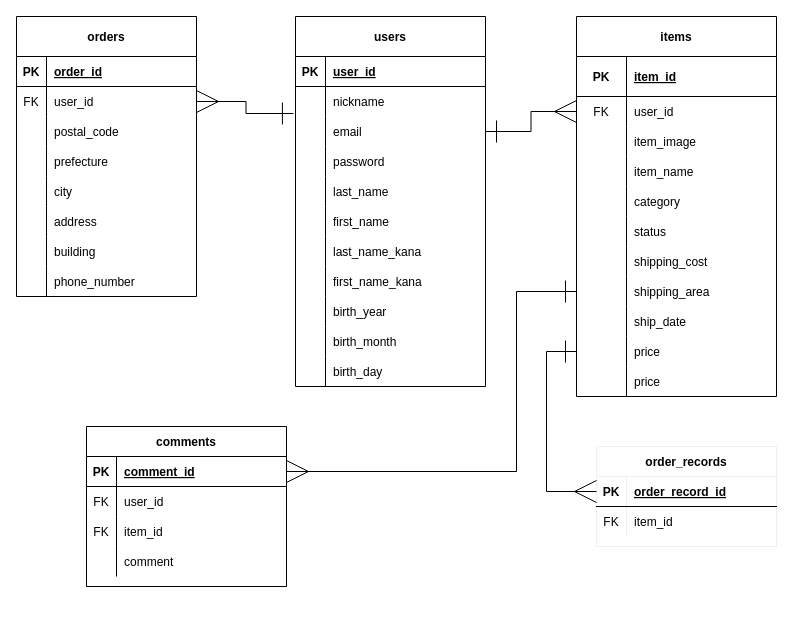
The draw.io diagram page "ER図" (2 of 2) of furima-35013.dio in LIFE-enjoy/furima-35013, before the edit. Source tidied: cells renumbered, new cells numbered last; positions are measured from the earlier drawing's top-left corner, leaving out a move shared by most shapes. Both pictures are drawn from the tidied source at 100%, with x=0, y=0 at pixel (16, 16).
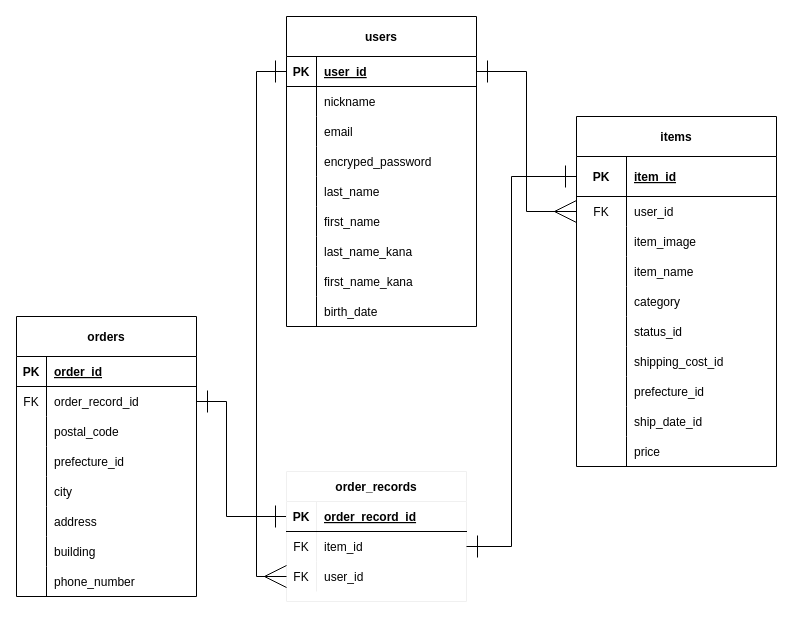
The same diagram, later.

The change refers to these unchanged cells:
```xml
<mxCell id="3" style="shape=partialRectangle;fillColor=none;top=0;left=0;bottom=1;right=0;points=[[0,0.5],[1,0.5]];portConstraint=eastwest;" parent="2" vertex="1">
  <mxGeometry y="40" width="190" height="30" as="geometry" />
</mxCell>
<mxCell id="6" style="shape=partialRectangle;fillColor=none;top=0;left=0;bottom=0;right=0;points=[[0,0.5],[1,0.5]];portConstraint=eastwest;" parent="2" vertex="1">
  <mxGeometry y="70" width="190" height="30" as="geometry" />
</mxCell>
<mxCell id="9" style="shape=partialRectangle;fillColor=none;top=0;left=0;bottom=0;right=0;points=[[0,0.5],[1,0.5]];portConstraint=eastwest;" parent="2" vertex="1">
  <mxGeometry y="100" width="190" height="30" as="geometry" />
</mxCell>
<mxCell id="12" style="shape=partialRectangle;fillColor=none;top=0;left=0;bottom=0;right=0;" parent="2" vertex="1">
  <mxGeometry y="130" width="190" height="30" as="geometry" />
</mxCell>
<mxCell id="27" style="shape=partialRectangle;fillColor=none;top=0;left=0;bottom=0;right=0;" parent="2" vertex="1">
  <mxGeometry y="280" width="190" height="30" as="geometry" />
</mxCell>
<mxCell id="37" style="shape=partialRectangle;fillColor=none;top=0;left=0;bottom=1;right=0;points=[[0,0.5],[1,0.5]];portConstraint=eastwest;" parent="36" vertex="1">
  <mxGeometry y="40" width="200" height="40" as="geometry" />
</mxCell>
<mxCell id="40" style="shape=partialRectangle;fillColor=none;top=0;left=0;bottom=0;right=0;points=[[0,0.5],[1,0.5]];portConstraint=eastwest;" parent="36" vertex="1">
  <mxGeometry y="80" width="200" height="30" as="geometry" />
</mxCell>
<mxCell id="52" style="shape=partialRectangle;fillColor=none;top=0;left=0;bottom=0;right=0;" parent="36" vertex="1">
  <mxGeometry y="200" width="200" height="30" as="geometry" />
</mxCell>
<mxCell id="55" style="shape=partialRectangle;fillColor=none;top=0;left=0;bottom=0;right=0;" parent="36" vertex="1">
  <mxGeometry y="230" width="200" height="30" as="geometry" />
</mxCell>
<mxCell id="58" style="shape=partialRectangle;fillColor=none;top=0;left=0;bottom=0;right=0;points=[[0,0.5],[1,0.5]];portConstraint=eastwest;" parent="36" vertex="1">
  <mxGeometry y="260" width="200" height="30" as="geometry" />
</mxCell>
<mxCell id="61" style="shape=partialRectangle;fillColor=none;top=0;left=0;bottom=0;right=0;" parent="36" vertex="1">
  <mxGeometry y="290" width="200" height="30" as="geometry" />
</mxCell>
<mxCell id="64" style="shape=partialRectangle;fillColor=none;top=0;left=0;bottom=0;right=0;points=[[0,0.5],[1,0.5]];portConstraint=eastwest;" parent="36" vertex="1">
  <mxGeometry y="320" width="200" height="30" as="geometry" />
</mxCell>
<mxCell id="74" style="shape=partialRectangle;fillColor=none;top=0;left=0;bottom=0;right=0;points=[[0,0.5],[1,0.5]];portConstraint=eastwest;" parent="70" vertex="1">
  <mxGeometry y="70" width="180" height="30" as="geometry" />
</mxCell>
<mxCell id="80" style="shape=partialRectangle;fillColor=none;top=0;left=0;bottom=0;right=0;" parent="70" vertex="1">
  <mxGeometry y="130" width="180" height="30" as="geometry" />
</mxCell>
<mxCell id="109" style="shape=partialRectangle;fillColor=none;top=0;left=0;bottom=1;right=0;points=[[0,0.5],[1,0.5]];portConstraint=eastwest;" parent="108" vertex="1">
  <mxGeometry y="30" width="180" height="30" as="geometry" />
</mxCell>
<mxCell id="112" style="shape=partialRectangle;fillColor=none;top=0;left=0;bottom=0;right=0;points=[[0,0.5],[1,0.5]];portConstraint=eastwest;" parent="108" vertex="1">
  <mxGeometry y="60" width="180" height="30" as="geometry" />
</mxCell>
```

Diff of the diagram source:
```diff
@@
     <mxCell id="2" value="users" style="shape=table;startSize=40;childLayout=tableLayout;rowLines=0;fontStyle=1;align=center;" parent="1" vertex="1">
-      <mxGeometry x="279" width="190" height="370" as="geometry" />
+      <mxGeometry x="270" width="190" height="310" as="geometry" />
     </mxCell>
@@
-    <mxCell id="14" value="password" style="shape=partialRectangle;fillColor=none;top=0;left=0;bottom=0;right=0;align=left;spacingLeft=6;overflow=hidden;" parent="12" vertex="1">
+    <mxCell id="14" value="encryped_password" style="shape=partialRectangle;fillColor=none;top=0;left=0;bottom=0;right=0;align=left;spacingLeft=6;overflow=hidden;" parent="12" vertex="1">
       <mxGeometry x="30" width="160" height="30" as="geometry" />
     </mxCell>
@@
-    <mxCell id="29" value="birth_year" style="shape=partialRectangle;fillColor=none;top=0;left=0;bottom=0;right=0;align=left;spacingLeft=6;overflow=hidden;" parent="27" vertex="1">
+    <mxCell id="29" value="birth_date" style="shape=partialRectangle;fillColor=none;top=0;left=0;bottom=0;right=0;align=left;spacingLeft=6;overflow=hidden;" parent="27" vertex="1">
       <mxGeometry x="30" width="160" height="30" as="geometry" />
     </mxCell>
-    <mxCell id="30" style="shape=partialRectangle;fillColor=none;top=0;left=0;bottom=0;right=0;" parent="2" vertex="1">
-      <mxGeometry y="310" width="190" height="30" as="geometry" />
-    </mxCell>
-    <mxCell id="31" style="shape=partialRectangle;fillColor=none;top=0;left=0;bottom=0;right=0;overflow=hidden;" parent="30" vertex="1">
-      <mxGeometry width="30" height="30" as="geometry" />
-    </mxCell>
-    <mxCell id="32" value="birth_month" style="shape=partialRectangle;fillColor=none;top=0;left=0;bottom=0;right=0;align=left;spacingLeft=6;overflow=hidden;" parent="30" vertex="1">
-      <mxGeometry x="30" width="160" height="30" as="geometry" />
-    </mxCell>
-    <mxCell id="33" style="shape=partialRectangle;fillColor=none;top=0;left=0;bottom=0;right=0;" parent="2" vertex="1">
-      <mxGeometry y="340" width="190" height="30" as="geometry" />
-    </mxCell>
-    <mxCell id="34" style="shape=partialRectangle;fillColor=none;top=0;left=0;bottom=0;right=0;overflow=hidden;" parent="33" vertex="1">
-      <mxGeometry width="30" height="30" as="geometry" />
-    </mxCell>
-    <mxCell id="35" value="birth_day" style="shape=partialRectangle;fillColor=none;top=0;left=0;bottom=0;right=0;align=left;spacingLeft=6;overflow=hidden;" parent="33" vertex="1">
-      <mxGeometry x="30" width="160" height="30" as="geometry" />
-    </mxCell>
     <mxCell id="36" value="items" style="shape=table;startSize=40;childLayout=tableLayout;rowLines=0;fontStyle=1;align=center;" parent="1" vertex="1">
-      <mxGeometry x="560" width="200" height="380" as="geometry" />
+      <mxGeometry x="560" y="100" width="200" height="350" as="geometry" />
     </mxCell>
@@
-    <mxCell id="54" value="status" style="shape=partialRectangle;fillColor=none;top=0;left=0;bottom=0;right=0;align=left;spacingLeft=6;overflow=hidden;" parent="52" vertex="1">
+    <mxCell id="54" value="status_id" style="shape=partialRectangle;fillColor=none;top=0;left=0;bottom=0;right=0;align=left;spacingLeft=6;overflow=hidden;" parent="52" vertex="1">
       <mxGeometry x="50" width="150" height="30" as="geometry" />
     </mxCell>
@@
-    <mxCell id="57" value="shipping_cost" style="shape=partialRectangle;fillColor=none;top=0;left=0;bottom=0;right=0;align=left;spacingLeft=6;overflow=hidden;" parent="55" vertex="1">
+    <mxCell id="57" value="shipping_cost_id" style="shape=partialRectangle;fillColor=none;top=0;left=0;bottom=0;right=0;align=left;spacingLeft=6;overflow=hidden;" parent="55" vertex="1">
       <mxGeometry x="50" width="150" height="30" as="geometry" />
     </mxCell>
@@
-    <mxCell id="60" value="shipping_area" style="shape=partialRectangle;fillColor=none;top=0;left=0;bottom=0;right=0;align=left;spacingLeft=6;overflow=hidden;" parent="58" vertex="1">
+    <mxCell id="60" value="prefecture_id" style="shape=partialRectangle;fillColor=none;top=0;left=0;bottom=0;right=0;align=left;spacingLeft=6;overflow=hidden;" parent="58" vertex="1">
       <mxGeometry x="50" width="150" height="30" as="geometry" />
     </mxCell>
@@
-    <mxCell id="63" value="ship_date " style="shape=partialRectangle;fillColor=none;top=0;left=0;bottom=0;right=0;align=left;spacingLeft=6;overflow=hidden;" parent="61" vertex="1">
+    <mxCell id="63" value="ship_date_id" style="shape=partialRectangle;fillColor=none;top=0;left=0;bottom=0;right=0;align=left;spacingLeft=6;overflow=hidden;" parent="61" vertex="1">
       <mxGeometry x="50" width="150" height="30" as="geometry" />
     </mxCell>
@@
-    <mxCell id="67" style="shape=partialRectangle;fillColor=none;top=0;left=0;bottom=0;right=0;" parent="36" vertex="1">
-      <mxGeometry y="350" width="200" height="30" as="geometry" />
-    </mxCell>
-    <mxCell id="68" style="shape=partialRectangle;fillColor=none;top=0;left=0;bottom=0;right=0;overflow=hidden;" parent="67" vertex="1">
-      <mxGeometry width="50" height="30" as="geometry" />
-    </mxCell>
-    <mxCell id="69" value="price" style="shape=partialRectangle;fillColor=none;top=0;left=0;bottom=0;right=0;align=left;spacingLeft=6;overflow=hidden;" parent="67" vertex="1">
-      <mxGeometry x="50" width="150" height="30" as="geometry" />
-    </mxCell>
     <mxCell id="70" value="orders" style="shape=table;startSize=40;childLayout=tableLayout;rowLines=0;fontStyle=1;align=center;" parent="1" vertex="1">
-      <mxGeometry width="180" height="280" as="geometry" />
+      <mxGeometry y="300" width="180" height="280" as="geometry" />
     </mxCell>
@@
-    <mxCell id="76" value="user_id" style="shape=partialRectangle;fillColor=none;top=0;left=0;bottom=0;right=0;align=left;spacingLeft=6;overflow=hidden;" parent="74" vertex="1">
+    <mxCell id="76" value="order_record_id" style="shape=partialRectangle;fillColor=none;top=0;left=0;bottom=0;right=0;align=left;spacingLeft=6;overflow=hidden;" parent="74" vertex="1">
       <mxGeometry x="30" width="150" height="30" as="geometry" />
     </mxCell>
@@
-    <mxCell id="82" value="prefecture" style="shape=partialRectangle;fillColor=none;top=0;left=0;bottom=0;right=0;align=left;spacingLeft=6;overflow=hidden;" parent="80" vertex="1">
+    <mxCell id="82" value="prefecture_id" style="shape=partialRectangle;fillColor=none;top=0;left=0;bottom=0;right=0;align=left;spacingLeft=6;overflow=hidden;" parent="80" vertex="1">
       <mxGeometry x="30" width="150" height="30" as="geometry" />
     </mxCell>
@@
-    <mxCell id="95" value="comments" style="shape=table;startSize=30;childLayout=tableLayout;rowLines=0;fontStyle=1;align=center;" parent="1" vertex="1">
-      <mxGeometry x="70" y="410" width="200" height="160" as="geometry" />
-    </mxCell>
-    <mxCell id="96" style="shape=partialRectangle;fillColor=none;top=0;left=0;bottom=1;right=0;points=[[0,0.5],[1,0.5]];portConstraint=eastwest;" parent="95" vertex="1">
-      <mxGeometry y="30" width="200" height="30" as="geometry" />
-    </mxCell>
-    <mxCell id="97" value="PK" style="shape=partialRectangle;fillColor=none;top=0;left=0;bottom=0;right=0;fontStyle=1;overflow=hidden;" parent="96" vertex="1">
-      <mxGeometry width="30" height="30" as="geometry" />
-    </mxCell>
-    <mxCell id="98" value="comment_id" style="shape=partialRectangle;fillColor=none;top=0;left=0;bottom=0;right=0;align=left;spacingLeft=6;fontStyle=5;overflow=hidden;" parent="96" vertex="1">
-      <mxGeometry x="30" width="170" height="30" as="geometry" />
-    </mxCell>
-    <mxCell id="99" style="shape=partialRectangle;fillColor=none;top=0;left=0;bottom=0;right=0;" parent="95" vertex="1">
-      <mxGeometry y="60" width="200" height="30" as="geometry" />
-    </mxCell>
-    <mxCell id="100" value="FK" style="shape=partialRectangle;fillColor=none;top=0;left=0;bottom=0;right=0;overflow=hidden;" parent="99" vertex="1">
-      <mxGeometry width="30" height="30" as="geometry" />
-    </mxCell>
-    <mxCell id="101" value="user_id" style="shape=partialRectangle;fillColor=none;top=0;left=0;bottom=0;right=0;align=left;spacingLeft=6;overflow=hidden;" parent="99" vertex="1">
-      <mxGeometry x="30" width="170" height="30" as="geometry" />
-    </mxCell>
-    <mxCell id="102" style="shape=partialRectangle;fillColor=none;top=0;left=0;bottom=0;right=0;" parent="95" vertex="1">
-      <mxGeometry y="90" width="200" height="30" as="geometry" />
-    </mxCell>
-    <mxCell id="103" value="FK" style="shape=partialRectangle;fillColor=none;top=0;left=0;bottom=0;right=0;overflow=hidden;" parent="102" vertex="1">
-      <mxGeometry width="30" height="30" as="geometry" />
-    </mxCell>
-    <mxCell id="104" value="item_id" style="shape=partialRectangle;fillColor=none;top=0;left=0;bottom=0;right=0;align=left;spacingLeft=6;overflow=hidden;" parent="102" vertex="1">
-      <mxGeometry x="30" width="170" height="30" as="geometry" />
-    </mxCell>
-    <mxCell id="105" style="shape=partialRectangle;fillColor=none;top=0;left=0;bottom=0;right=0;" parent="95" vertex="1">
-      <mxGeometry y="120" width="200" height="30" as="geometry" />
-    </mxCell>
-    <mxCell id="106" style="shape=partialRectangle;fillColor=none;top=0;left=0;bottom=0;right=0;overflow=hidden;" parent="105" vertex="1">
-      <mxGeometry width="30" height="30" as="geometry" />
-    </mxCell>
-    <mxCell id="107" value="comment" style="shape=partialRectangle;fillColor=none;top=0;left=0;bottom=0;right=0;align=left;spacingLeft=6;overflow=hidden;" parent="105" vertex="1">
-      <mxGeometry x="30" width="170" height="30" as="geometry" />
-    </mxCell>
+    <mxCell id="119" style="edgeStyle=orthogonalEdgeStyle;rounded=0;jettySize=auto;html=1;endArrow=ERone;endFill=0;startArrow=ERone;startFill=0;endSize=20;startSize=20;entryX=1;entryY=0.5;entryDx=0;entryDy=0;exitX=0;exitY=0.5;exitDx=0;exitDy=0;" parent="1" edge="1" source="109" target="74">
+      <mxGeometry relative="1" as="geometry">
+        <Array as="points">
+          <mxPoint x="210" y="500" />
+          <mxPoint x="210" y="385" />
+        </Array>
+      </mxGeometry>
+    </mxCell>
     <mxCell id="108" value="order_records" style="shape=table;startSize=30;childLayout=tableLayout;rowLines=0;fontStyle=1;align=center;strokeColor=#f0f0f0;fillColor=none;" parent="1" vertex="1">
-      <mxGeometry x="580" y="430" width="180" height="100" as="geometry" />
+      <mxGeometry x="270" y="455" width="180" height="130" as="geometry" />
     </mxCell>
@@
+    <mxCell id="120" style="shape=partialRectangle;fillColor=none;top=0;left=0;bottom=0;right=0;points=[[0,0.5],[1,0.5]];portConstraint=eastwest;" parent="108" vertex="1">
+      <mxGeometry y="90" width="180" height="30" as="geometry" />
+    </mxCell>
+    <mxCell id="121" value="FK" style="shape=partialRectangle;fillColor=none;top=0;left=0;bottom=0;right=0;overflow=hidden;" parent="120" vertex="1">
+      <mxGeometry width="30" height="30" as="geometry" />
+    </mxCell>
+    <mxCell id="101" value="user_id" style="shape=partialRectangle;fillColor=none;top=0;left=0;bottom=0;right=0;align=left;spacingLeft=6;overflow=hidden;" parent="120" vertex="1">
+      <mxGeometry x="30" width="150" height="30" as="geometry" />
+    </mxCell>
-    <mxCell id="115" style="edgeStyle=orthogonalEdgeStyle;rounded=0;jettySize=auto;html=1;entryX=0;entryY=0.5;entryDx=0;entryDy=0;startArrow=ERone;startFill=0;startSize=20;endArrow=ERmany;endFill=0;endSize=20;exitX=1;exitY=0.5;exitDx=0;exitDy=0;" parent="1" edge="1" source="9" target="40">
+    <mxCell id="115" style="edgeStyle=orthogonalEdgeStyle;rounded=0;jettySize=auto;html=1;entryX=0;entryY=0.5;entryDx=0;entryDy=0;startArrow=ERone;startFill=0;startSize=20;endArrow=ERmany;endFill=0;endSize=20;exitX=1;exitY=0.5;exitDx=0;exitDy=0;" parent="1" edge="1" source="3" target="40">
       <mxGeometry relative="1" as="geometry" />
     </mxCell>
-    <mxCell id="116" style="edgeStyle=orthogonalEdgeStyle;rounded=0;jettySize=auto;html=1;entryX=1;entryY=0.5;entryDx=0;entryDy=0;startArrow=ERone;startFill=0;startSize=20;endArrow=ERmany;endFill=0;endSize=20;exitX=-0.011;exitY=0.9;exitDx=0;exitDy=0;exitPerimeter=0;" parent="1" edge="1" source="6" target="74">
-      <mxGeometry relative="1" as="geometry" />
-    </mxCell>
-    <mxCell id="117" style="edgeStyle=orthogonalEdgeStyle;rounded=0;jettySize=auto;html=1;exitX=0;exitY=0.5;exitDx=0;exitDy=0;startArrow=ERone;startFill=0;startSize=20;endArrow=ERmany;endFill=0;endSize=20;" parent="1" edge="1" source="64" target="109">
-      <mxGeometry relative="1" as="geometry" />
+    <mxCell id="117" style="edgeStyle=orthogonalEdgeStyle;rounded=0;jettySize=auto;html=1;exitX=0;exitY=0.5;exitDx=0;exitDy=0;startArrow=ERone;startFill=0;startSize=20;endArrow=ERone;endFill=0;endSize=20;entryX=1;entryY=0.5;entryDx=0;entryDy=0;" parent="1" edge="1" source="37" target="112">
+      <mxGeometry relative="1" as="geometry">
+        <Array as="points">
+          <mxPoint x="495" y="160" />
+          <mxPoint x="495" y="530" />
+        </Array>
+      </mxGeometry>
     </mxCell>
-    <mxCell id="118" style="edgeStyle=orthogonalEdgeStyle;rounded=0;jettySize=auto;html=1;exitX=0;exitY=0.5;exitDx=0;exitDy=0;startArrow=ERone;startFill=0;startSize=20;endArrow=ERmany;endFill=0;endSize=20;" parent="1" edge="1" source="58" target="96">
-      <mxGeometry relative="1" as="geometry">
-        <Array as="points">
-          <mxPoint x="500" y="275" />
-          <mxPoint x="500" y="455" />
-        </Array>
-      </mxGeometry>
-    </mxCell>
+    <mxCell id="122" style="edgeStyle=orthogonalEdgeStyle;rounded=0;jettySize=auto;html=1;exitX=0;exitY=0.5;exitDx=0;exitDy=0;entryX=0;entryY=0.5;entryDx=0;entryDy=0;startArrow=ERone;startFill=0;startSize=20;endArrow=ERmany;endFill=0;endSize=20;" parent="1" edge="1" source="3" target="120">
+      <mxGeometry relative="1" as="geometry" />
+    </mxCell>
```
